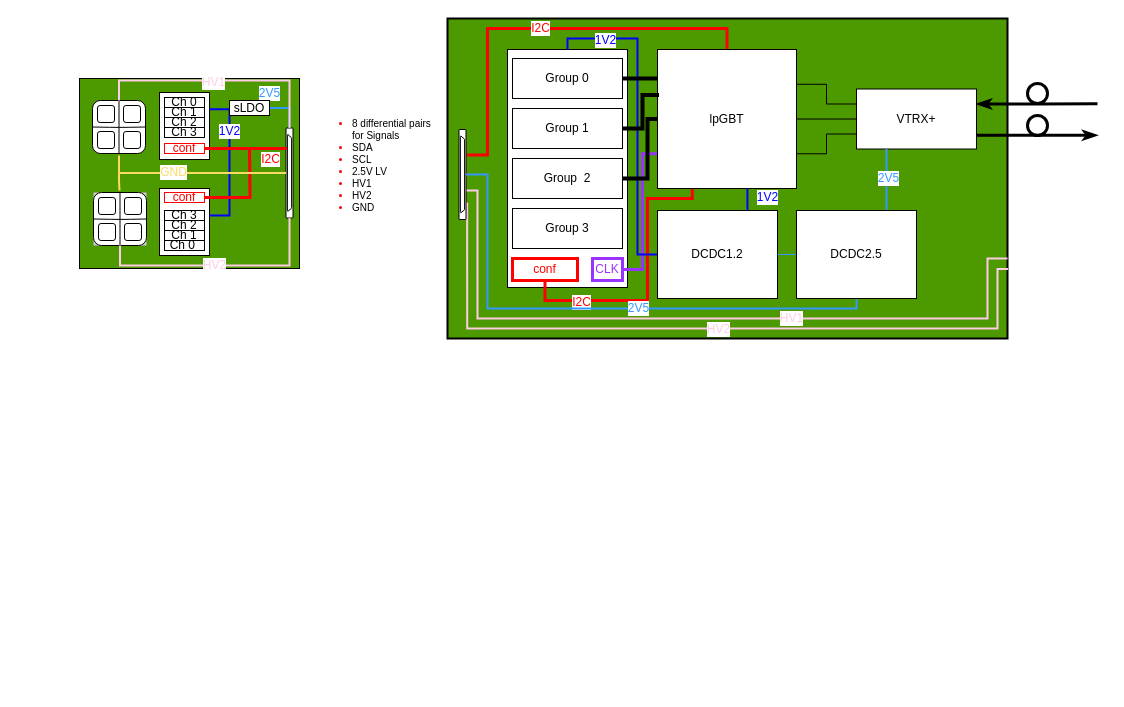
Above: SAL_electronics_system.drawio in gauzinge/drawings (draw.io), before the change. Source tidied: cells renumbered, new cells numbered last; positions are measured from the earlier drawing's top-left corner, leaving out a move shared by most shapes. Both pictures are drawn from the tidied source at 100%, with x=0, y=0 at pixel (17, 18).
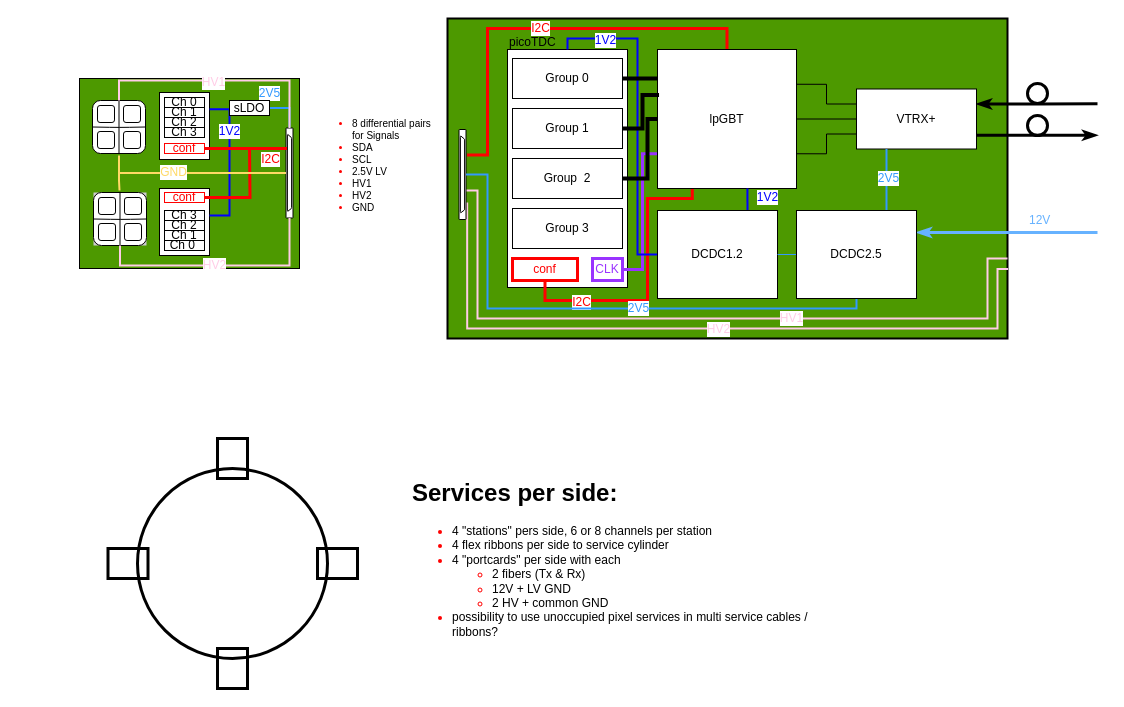
After the change.

Unchanged cells that the change refers to:
```xml
<mxCell id="85" value="&lt;font color=&quot;#000000&quot;&gt;DCDC2.5&lt;/font&gt;" style="rounded=0;whiteSpace=wrap;html=1;strokeColor=#000000;fontColor=#FF0000;" parent="1" vertex="1">
  <mxGeometry x="779" y="192" width="120" height="88" as="geometry" />
</mxCell>
```

The edit, as a diff of the source:
```diff
@@
+    <mxCell id="97" style="edgeStyle=orthogonalEdgeStyle;rounded=0;jettySize=auto;html=1;exitX=1;exitY=0.25;exitDx=0;exitDy=0;startArrow=classicThin;startFill=1;endArrow=none;endFill=0;strokeColor=#66B2FF;strokeWidth=3;fontColor=#FF0000;" parent="1" edge="1" source="85">
+      <mxGeometry relative="1" as="geometry">
+        <mxPoint x="1080" y="214" as="targetPoint" />
+      </mxGeometry>
+    </mxCell>
@@
+    <mxCell id="98" value="&lt;font color=&quot;#66b2ff&quot;&gt;12V&lt;/font&gt;" style="text;html=1;align=left;verticalAlign=top;spacingTop=-4;fontColor=#FF0000;" parent="1" vertex="1">
+      <mxGeometry x="1010" y="192" width="40" height="20" as="geometry" />
+    </mxCell>
+    <mxCell id="99" value="&lt;font color=&quot;#000000&quot;&gt;picoTDC&lt;/font&gt;" style="text;html=1;align=left;verticalAlign=top;spacingTop=-4;fontColor=#FF0000;" parent="1" vertex="1">
+      <mxGeometry x="490" y="14" width="60" height="20" as="geometry" />
+    </mxCell>
+    <mxCell id="100" style="ellipse;whiteSpace=wrap;html=1;strokeColor=#000000;strokeWidth=3;fillColor=none;fontColor=#FF0000;" parent="1" vertex="1">
+      <mxGeometry x="120" y="450" width="190" height="190" as="geometry" />
+    </mxCell>
+    <mxCell id="101" style="rounded=0;whiteSpace=wrap;html=1;strokeColor=#000000;strokeWidth=3;fillColor=none;fontColor=#FF0000;" parent="1" vertex="1">
+      <mxGeometry x="200" y="420" width="30" height="40" as="geometry" />
+    </mxCell>
+    <mxCell id="102" style="rounded=0;whiteSpace=wrap;html=1;strokeColor=#000000;strokeWidth=3;fillColor=none;fontColor=#FF0000;" parent="1" vertex="1">
+      <mxGeometry x="200" y="630" width="30" height="40" as="geometry" />
+    </mxCell>
+    <mxCell id="103" style="rounded=0;whiteSpace=wrap;html=1;strokeColor=#000000;strokeWidth=3;fillColor=none;fontColor=#FF0000;rotation=90;" parent="1" vertex="1">
+      <mxGeometry x="305" y="525" width="30" height="40" as="geometry" />
+    </mxCell>
+    <mxCell id="104" style="rounded=0;whiteSpace=wrap;html=1;strokeColor=#000000;strokeWidth=3;fillColor=none;fontColor=#FF0000;rotation=90;" parent="1" vertex="1">
+      <mxGeometry x="95.5" y="525" width="30" height="40" as="geometry" />
+    </mxCell>
+    <mxCell id="105" value="&lt;h1&gt;&lt;font color=&quot;#000000&quot;&gt;Services per side:&amp;nbsp;&lt;/font&gt;&lt;/h1&gt;&lt;div&gt;&lt;ul&gt;&lt;li&gt;&lt;font color=&quot;#000000&quot;&gt;&lt;span&gt;4 &quot;stations&quot; pers side, 6 or 8 channels per station&lt;/span&gt;&lt;/font&gt;&lt;/li&gt;&lt;li&gt;&lt;font color=&quot;#000000&quot;&gt;&lt;span&gt;4 flex ribbons per side to service cylinder&lt;/span&gt;&lt;/font&gt;&lt;/li&gt;&lt;li&gt;&lt;font color=&quot;#000000&quot;&gt;&lt;span&gt;4 &quot;portcards&quot; per side with each&lt;/span&gt;&lt;/font&gt;&lt;/li&gt;&lt;ul&gt;&lt;li&gt;&lt;font color=&quot;#000000&quot;&gt;&lt;span&gt;2 fibers (Tx &amp;amp; Rx)&lt;/span&gt;&lt;/font&gt;&lt;/li&gt;&lt;li&gt;&lt;font color=&quot;#000000&quot;&gt;&lt;span&gt;12V + LV GND&lt;/span&gt;&lt;/font&gt;&lt;/li&gt;&lt;li&gt;&lt;font color=&quot;#000000&quot;&gt;&lt;span&gt;2 HV + common GND&lt;/span&gt;&lt;/font&gt;&lt;/li&gt;&lt;/ul&gt;&lt;li&gt;&lt;font color=&quot;#000000&quot;&gt;possibility to use unoccupied pixel services in&amp;nbsp;multi service cables / ribbons?&lt;/font&gt;&lt;/li&gt;&lt;/ul&gt;&lt;/div&gt;" style="text;html=1;strokeColor=none;fillColor=none;spacing=5;spacingTop=-20;whiteSpace=wrap;overflow=hidden;rounded=0;fontColor=#FF0000;" parent="1" vertex="1">
+      <mxGeometry x="390" y="455" width="410" height="180" as="geometry" />
+    </mxCell>
```
